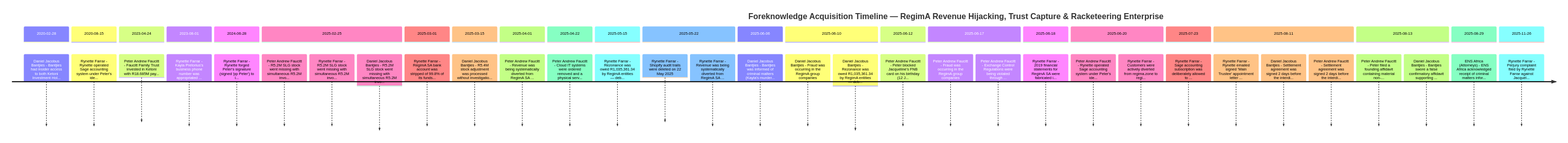
The Mermaid diagram provable-foreknowledge/foreknowledge_timeline.png in cogpy/canima12, before a commit. Its source is kept beside it as provable-foreknowledge/foreknowledge_timeline.mmd. Its diagram source:
```mermaid
timeline
    title Foreknowledge Acquisition Timeline — RegimA Revenue Hijacking, Trust Capture & Racketeering Enterprise
    section 2020-02-28
        Daniel Jacobus Bantjies - Bantjies had insider access to both Ketoni Investment Hol...
    section 2020-08-15
        Rynette Farrar - Rynette operated Sage accounting system under Peter's ide...
    section 2023-04-24
        Peter Andrew Faucitt - Faucitt Family Trust invested in Ketoni with R18.685M pay...
    section 2023-08-01
        Rynette Farrar - Kayla Pretorius's business phone number was appropriated ...
    section 2024-06-28
        Rynette Farrar - Rynette forged Peter's signature (signed 'pp Peter') to i...
    section 2025-02-25
        Peter Andrew Faucitt - R5.2M SLG stock went missing with simultaneous R5.2M invo...
        Rynette Farrar - R5.2M SLG stock went missing with simultaneous R5.2M invo...
        Daniel Jacobus Bantjies - R5.2M SLG stock went missing with simultaneous R5.2M invo...
    section 2025-03-01
        Rynette Farrar - RegimA SA bank account was stripped of 99.8% of its funds...
    section 2025-03-15
        Daniel Jacobus Bantjies - R5.4M stock adjustment was processed without investigatio...
    section 2025-04-01
        Peter Andrew Faucitt - Revenue was being systematically diverted from RegimA SA ...
    section 2025-04-22
        Peter Andrew Faucitt - Cloud IT systems were ordered removed and a physical serv...
    section 2025-05-15
        Rynette Farrar - Rezonance was owed R1,035,361.34 by RegimA entities — deb...
    section 2025-05-22
        Rynette Farrar - Shopify audit trails were deleted on 22 May 2025
        Rynette Farrar - Revenue was being systematically diverted from RegimA SA ...
    section 2025-06-06
        Daniel Jacobus Bantjies - Bantjies was informed of criminal matters (Kayla's murder...
    section 2025-06-10
        Daniel Jacobus Bantjies - Fraud was occurring in the RegimA group companies
        Daniel Jacobus Bantjies - Rezonance was owed R1,035,361.34 by RegimA entities — deb...
    section 2025-06-12
        Peter Andrew Faucitt - Peter blocked Jacqueline's FNB card on his birthday (12 J...
    section 2025-06-17
        Peter Andrew Faucitt - Fraud was occurring in the RegimA group companies
        Peter Andrew Faucitt - Exchange Control Regulations were being violated through ...
    section 2025-06-18
        Rynette Farrar - 2019 financial statements for RegimA SA were fabricated i...
    section 2025-06-20
        Peter Andrew Faucitt - Rynette operated Sage accounting system under Peter's ide...
        Rynette Farrar - Customers were actively diverted from regima.zone to regi...
    section 2025-07-23
        Rynette Farrar - Sage accounting subscription was deliberately allowed to ...
    section 2025-08-11
        Rynette Farrar - Rynette emailed signed 'Main Trustee' appointment letter ...
        Daniel Jacobus Bantjies - Settlement agreement was signed 2 days before the interdi...
        Peter Andrew Faucitt - Settlement agreement was signed 2 days before the interdi...
    section 2025-08-13
        Peter Andrew Faucitt - Peter filed a founding affidavit containing material non-...
        Daniel Jacobus Bantjies - Bantjies swore a false confirmatory affidavit supporting ...
    section 2025-08-29
        ENS Africa (Attorneys) - ENS Africa acknowledged receipt of criminal matters infor...
    section 2025-11-26
        Rynette Farrar - Perjury complaint filed by Rynette Farrar against Jacquel...
```
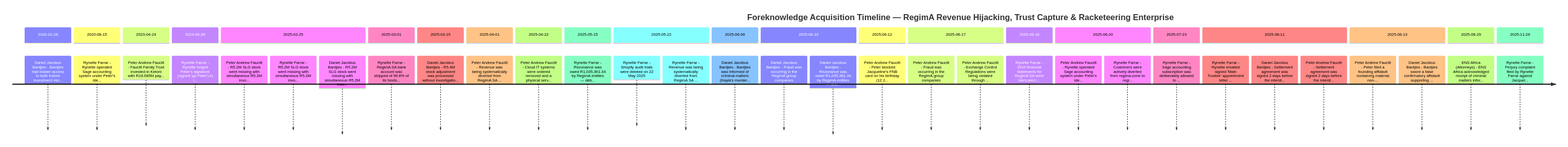
The same diagram one commit later.

The edit, as a diff of the source:
```diff
@@ -6,8 +6,6 @@
         Rynette Farrar - Rynette operated Sage accounting system under Peter's ide...
     section 2023-04-24
         Peter Andrew Faucitt - Faucitt Family Trust invested in Ketoni with R18.685M pay...
-    section 2023-08-01
-        Rynette Farrar - Kayla Pretorius's business phone number was appropriated ...
     section 2024-06-28
         Rynette Farrar - Rynette forged Peter's signature (signed 'pp Peter') to i...
     section 2025-02-25
```
